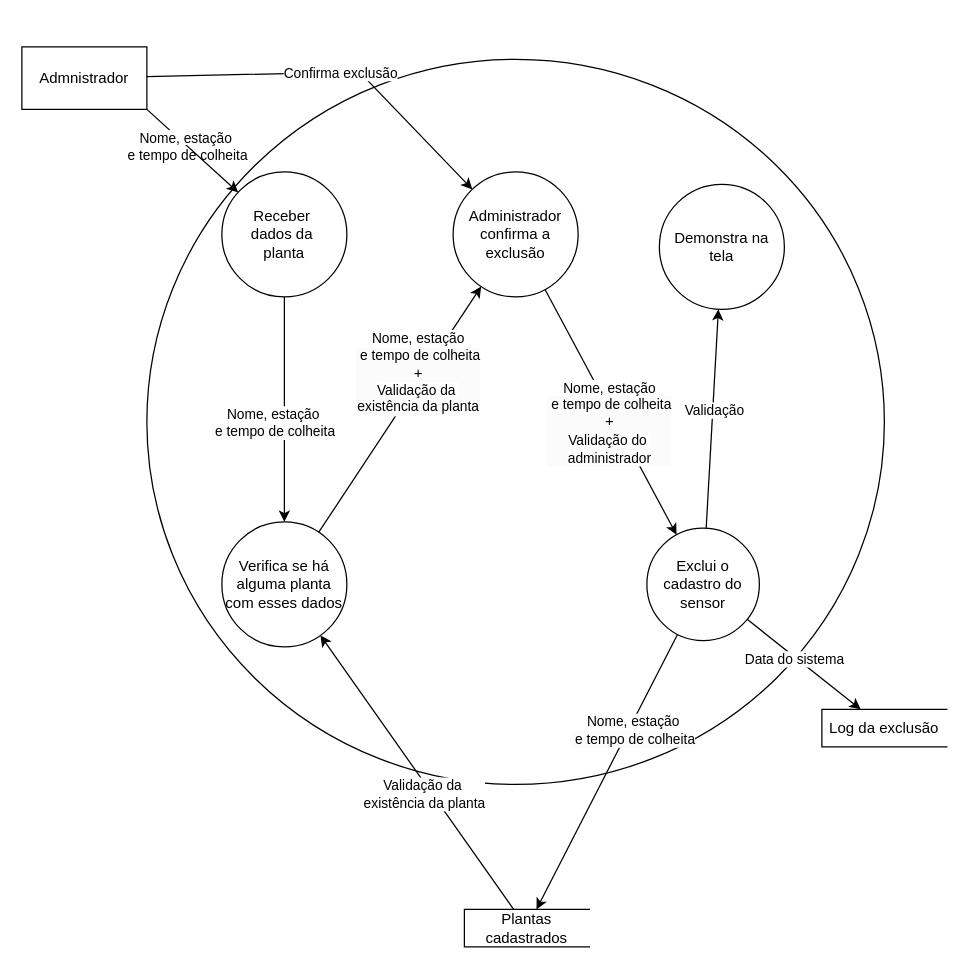
Above: page "Exclui tipo de planta" (5 of 5) of documentacao/Diagramas/Ações do Administrador.drawio in Nebul0Ok/SeuPaulo (draw.io), before the change. Source tidied: cells renumbered, new cells numbered last; positions are measured from the earlier drawing's top-left corner, leaving out a move shared by most shapes. Both pictures are drawn from the tidied source at 125%, with x=0, y=0 at pixel (21, 46).
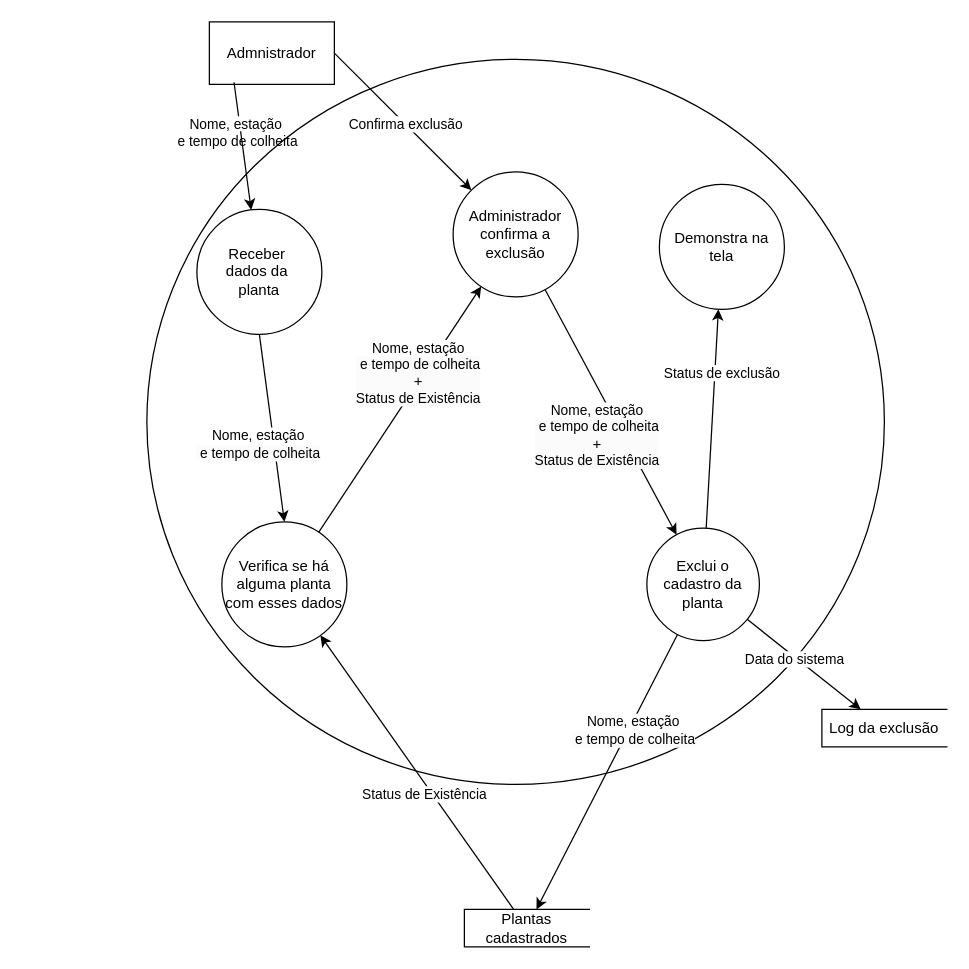
The same diagram, later.

Unchanged cells that the change refers to:
```xml
<mxCell id="11" style="endArrow=classic;html=1;rounded=0;" parent="1" edge="1" source="10" target="7">
  <mxGeometry relative="1" as="geometry" />
</mxCell>
<mxCell id="14" value="Administrador confirma a exclusão" style="shape=ellipse;html=1;dashed=0;whiteSpace=wrap;perimeter=ellipsePerimeter;" parent="1" vertex="1">
  <mxGeometry x="345" y="100" width="100" height="100" as="geometry" />
</mxCell>
<mxCell id="15" style="endArrow=classic;html=1;rounded=0;" parent="1" edge="1" source="7" target="14">
  <mxGeometry relative="1" as="geometry" />
</mxCell>
<mxCell id="18" style="endArrow=classic;html=1;rounded=0;" parent="1" edge="1" source="14" target="13">
  <mxGeometry relative="1" as="geometry" />
</mxCell>
<mxCell id="20" style="endArrow=classic;html=1;rounded=0;" parent="1" edge="1" source="13" target="17">
  <mxGeometry relative="1" as="geometry" />
</mxCell>
```

Diff of the diagram source:
```diff
@@
     <mxCell id="2" value="Admnistrador" style="html=1;dashed=0;whiteSpace=wrap;" parent="1" vertex="1">
-      <mxGeometry width="100" height="50" as="geometry" />
+      <mxGeometry x="150" y="-20" width="100" height="50" as="geometry" />
     </mxCell>
@@
-    <mxCell id="4" style="endArrow=classic;html=1;rounded=0;exitX=1;exitY=1;exitDx=0;exitDy=0;" parent="1" edge="1" source="2" target="6">
+    <mxCell id="4" style="endArrow=classic;html=1;rounded=0;exitX=0.197;exitY=0.966;exitDx=0;exitDy=0;exitPerimeter=0;" parent="1" edge="1" source="2" target="6">
       <mxGeometry relative="1" as="geometry" />
     </mxCell>
     <mxCell id="5" value="&lt;span style=&quot;background-color: rgb(255, 255, 255);&quot;&gt;Nome, estação&lt;/span&gt;&lt;div&gt;&amp;nbsp;e tempo de colheita&lt;/div&gt;" style="edgeLabel;html=1;align=center;verticalAlign=middle;labelBackgroundColor=none;" parent="4" vertex="1">
       <mxGeometry x="-0.45" y="2" relative="1" as="geometry">
-        <mxPoint x="9" y="13" as="offset" />
+        <mxPoint x="-5" y="13" as="offset" />
       </mxGeometry>
     </mxCell>
     <mxCell id="6" value="&lt;div&gt;Receber&amp;nbsp;&lt;/div&gt;&lt;div&gt;dados&lt;span style=&quot;background-color: initial;&quot;&gt;&amp;nbsp;da&amp;nbsp;&lt;/span&gt;&lt;/div&gt;&lt;div&gt;planta&lt;/div&gt;" style="shape=ellipse;html=1;dashed=0;whiteSpace=wrap;perimeter=ellipsePerimeter;" parent="1" vertex="1">
-      <mxGeometry x="160" y="100" width="100" height="100" as="geometry" />
+      <mxGeometry x="140" y="130" width="100" height="100" as="geometry" />
     </mxCell>
@@
-    <mxCell id="12" value="Validação da&amp;nbsp;&lt;div&gt;existência da planta&lt;/div&gt;" style="edgeLabel;html=1;align=center;verticalAlign=middle;" parent="11" vertex="1">
+    <mxCell id="12" value="Status de Existência" style="edgeLabel;html=1;align=center;verticalAlign=middle;" parent="11" vertex="1">
       <mxGeometry x="-0.15" y="-1" relative="1" as="geometry">
         <mxPoint x="-7" y="1" as="offset" />
       </mxGeometry>
     </mxCell>
-    <mxCell id="13" value="&lt;div&gt;Exclui o cadastro do sensor&lt;/div&gt;" style="shape=ellipse;html=1;dashed=0;whiteSpace=wrap;perimeter=ellipsePerimeter;" parent="1" vertex="1">
+    <mxCell id="13" value="&lt;div&gt;Exclui o cadastro da planta&lt;/div&gt;" style="shape=ellipse;html=1;dashed=0;whiteSpace=wrap;perimeter=ellipsePerimeter;" parent="1" vertex="1">
       <mxGeometry x="500" y="385" width="90" height="90" as="geometry" />
     </mxCell>
@@
-    <mxCell id="16" value="Nome, estação&lt;div style=&quot;background-color: rgb(251, 251, 251);&quot;&gt;&amp;nbsp;e tempo de colheita&lt;/div&gt;&lt;div style=&quot;background-color: rgb(251, 251, 251); font-size: 12px;&quot;&gt;&lt;div&gt;+&lt;/div&gt;&lt;div&gt;&lt;span style=&quot;font-size: 11px; background-color: rgb(255, 255, 255);&quot;&gt;Validação da&amp;nbsp;&lt;/span&gt;&lt;div style=&quot;font-size: 11px;&quot;&gt;existência da planta&lt;/div&gt;&lt;/div&gt;&lt;/div&gt;" style="edgeLabel;html=1;align=center;verticalAlign=middle;" parent="15" vertex="1">
+    <mxCell id="16" value="Nome, estação&lt;div style=&quot;background-color: rgb(251, 251, 251);&quot;&gt;&amp;nbsp;e tempo de colheita&lt;/div&gt;&lt;div style=&quot;background-color: rgb(251, 251, 251);&quot;&gt;&lt;div style=&quot;font-size: 12px; background-color: rgb(251, 251, 251);&quot;&gt;+&lt;/div&gt;&lt;div style=&quot;&quot;&gt;Status de Existência&lt;/div&gt;&lt;/div&gt;" style="edgeLabel;html=1;align=center;verticalAlign=middle;" parent="15" vertex="1">
       <mxGeometry x="0.15" y="-5" relative="1" as="geometry">
         <mxPoint y="-18" as="offset" />
       </mxGeometry>
     </mxCell>
@@
-    <mxCell id="19" value="Nome, estação&lt;div style=&quot;background-color: rgb(251, 251, 251);&quot;&gt;&amp;nbsp;e tempo de colheita&lt;/div&gt;&lt;div style=&quot;background-color: rgb(251, 251, 251); font-size: 12px;&quot;&gt;&lt;div&gt;+&lt;/div&gt;&lt;div&gt;&lt;span style=&quot;font-size: 11px; background-color: rgb(255, 255, 255);&quot;&gt;Validação do&amp;nbsp;&lt;/span&gt;&lt;/div&gt;&lt;div&gt;&lt;span style=&quot;font-size: 11px; background-color: rgb(255, 255, 255);&quot;&gt;administrador&lt;/span&gt;&lt;/div&gt;&lt;/div&gt;" style="edgeLabel;html=1;align=center;verticalAlign=middle;" parent="18" vertex="1">
+    <mxCell id="19" value="Nome, estação&lt;div style=&quot;background-color: rgb(251, 251, 251);&quot;&gt;&amp;nbsp;e tempo de colheita&lt;/div&gt;&lt;div style=&quot;background-color: rgb(251, 251, 251);&quot;&gt;&lt;div style=&quot;font-size: 12px; background-color: rgb(251, 251, 251);&quot;&gt;+&lt;/div&gt;&lt;div&gt;Status de Existência&lt;/div&gt;&lt;/div&gt;" style="edgeLabel;html=1;align=center;verticalAlign=middle;" parent="18" vertex="1">
       <mxGeometry x="-0.18" relative="1" as="geometry">
-        <mxPoint x="8" y="26" as="offset" />
+        <mxPoint x="-2" y="36" as="offset" />
       </mxGeometry>
     </mxCell>
@@
-    <mxCell id="21" value="Validação" style="edgeLabel;html=1;align=center;verticalAlign=middle;" parent="20" vertex="1">
+    <mxCell id="21" value="Status de exclusão" style="edgeLabel;html=1;align=center;verticalAlign=middle;" parent="20" vertex="1">
       <mxGeometry x="0.1" y="-1" relative="1" as="geometry">
-        <mxPoint y="1" as="offset" />
+        <mxPoint x="6" y="-29" as="offset" />
       </mxGeometry>
     </mxCell>
@@
-    <mxCell id="27" style="endArrow=classic;html=1;rounded=0;" parent="1" edge="1" source="2" target="14">
-      <mxGeometry relative="1" as="geometry">
-        <Array as="points">
-          <mxPoint x="270" y="20" />
-        </Array>
-      </mxGeometry>
+    <mxCell id="27" style="endArrow=classic;html=1;rounded=0;exitX=1;exitY=0.5;exitDx=0;exitDy=0;" parent="1" edge="1" source="2" target="14">
+      <mxGeometry relative="1" as="geometry" />
     </mxCell>
```
